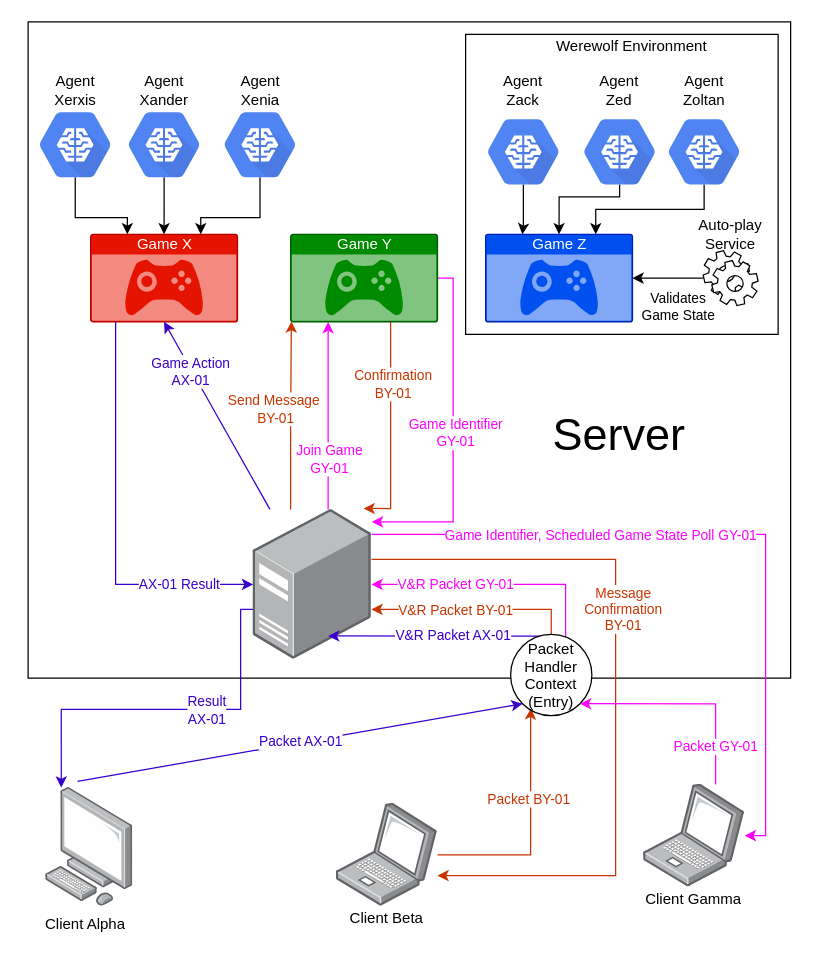
Earlier version of the draw.io diagram Documentation/Drawio/GeneralArchitecture.drawio (GeorgeVelikov/RLereWolf). Source tidied: cells renumbered, new cells numbered last; positions are measured from the earlier drawing's top-left corner, leaving out a move shared by most shapes. Both pictures are drawn from the tidied source at 125%, with x=0, y=0 at pixel (21, 21).
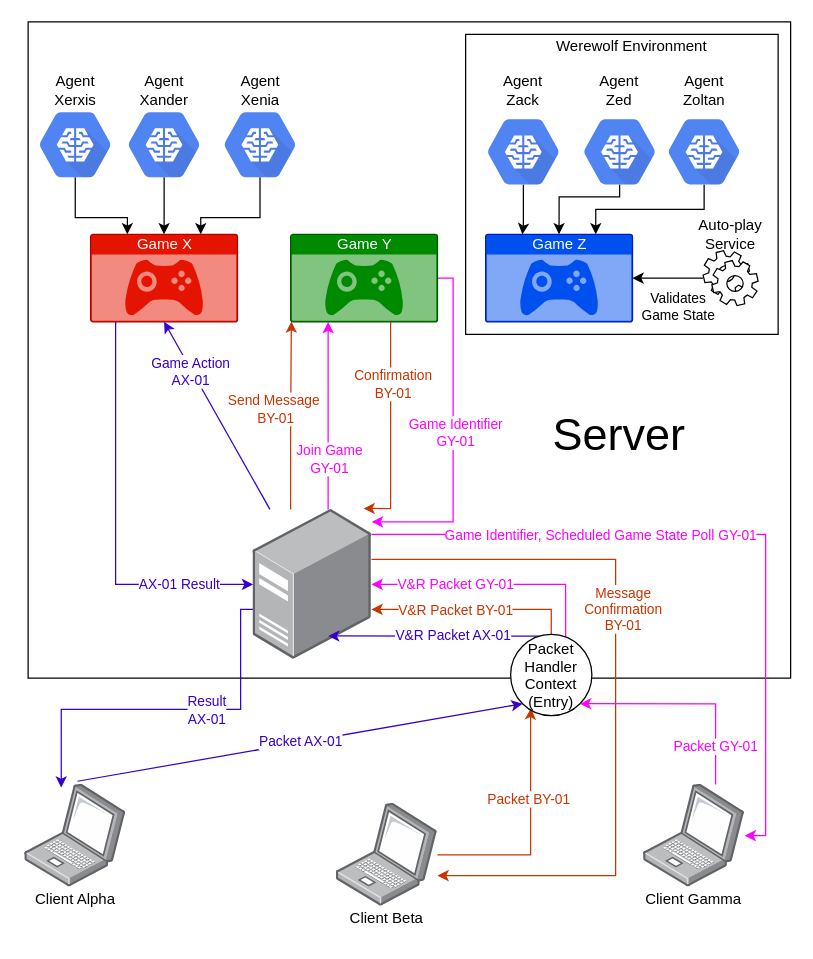
After the change.

The change refers to these unchanged cells:
```xml
<mxCell id="16" style="points=[];html=1;align=center;shadow=0;dashed=0;image;image=img/lib/allied_telesis/computer_and_terminals/Server_Desktop.svg;" parent="1" vertex="1">
  <mxGeometry x="185" y="390" width="94.7" height="120" as="geometry" />
</mxCell>
<mxCell id="35" value="Packet&#10;Handler&#10;Context&#10;(Entry)" style="ellipse;fillColor=#ffffff;strokeColor=#000000;" parent="1" vertex="1">
  <mxGeometry x="391" y="490" width="65" height="65" as="geometry" />
</mxCell>
```

Diff of the diagram source:
```diff
@@
-    <mxCell id="6" style="edgeStyle=orthogonalEdgeStyle;rounded=0;jettySize=auto;html=1;entryX=0.179;entryY=0;entryDx=0;entryDy=0;entryPerimeter=0;fillColor=#6a00ff;strokeColor=#3700CC;" parent="1" edge="1" source="16" target="17">
+    <mxCell id="6" style="edgeStyle=orthogonalEdgeStyle;rounded=0;jettySize=auto;html=1;entryX=0.179;entryY=0;entryDx=0;entryDy=0;entryPerimeter=0;fillColor=#6a00ff;strokeColor=#3700CC;" parent="1" edge="1" source="16">
       <mxGeometry relative="1" as="geometry">
+        <mxPoint x="31.5" y="612.6" as="targetPoint" />
         <Array as="points">
           <mxPoint x="175" y="470" />
           <mxPoint x="175" y="550" />
           <mxPoint x="31" y="550" />
         </Array>
       </mxGeometry>
     </mxCell>
@@
-    <mxCell id="17" style="points=[];html=1;align=center;shadow=0;dashed=0;image;image=img/lib/allied_telesis/computer_and_terminals/Personal_Computer.svg;" parent="1" vertex="1">
-      <mxGeometry x="19" y="612.6" width="70" height="94.9" as="geometry" />
-    </mxCell>
-    <mxCell id="18" value="&lt;font color=&quot;#3700cc&quot;&gt;Packet AX-01&lt;/font&gt;" style="endArrow=classic;html=1;exitX=0.364;exitY=-0.053;exitDx=0;exitDy=0;exitPerimeter=0;entryX=0;entryY=1;entryDx=0;entryDy=0;fillColor=#6a00ff;strokeColor=#3700CC;" parent="1" edge="1" source="17" target="35">
-      <mxGeometry relative="1" as="geometry" />
+    <mxCell id="18" value="&lt;font color=&quot;#3700cc&quot;&gt;Packet AX-01&lt;/font&gt;" style="endArrow=classic;html=1;exitX=0.364;exitY=-0.053;exitDx=0;exitDy=0;exitPerimeter=0;entryX=0;entryY=1;entryDx=0;entryDy=0;fillColor=#6a00ff;strokeColor=#3700CC;" parent="1" edge="1" target="35">
+      <mxGeometry relative="1" as="geometry">
+        <mxPoint x="44.5" y="607.5" as="sourcePoint" />
+      </mxGeometry>
     </mxCell>
@@
     <mxCell id="36" value="Client Alpha" style="text;html=1;strokeColor=none;fillColor=none;align=center;verticalAlign=middle;whiteSpace=wrap;rounded=0;" parent="1" vertex="1">
-      <mxGeometry x="16.1" y="712.1" width="69.9" height="20" as="geometry" />
+      <mxGeometry x="7.8" y="692.1" width="69.9" height="20" as="geometry" />
     </mxCell>
@@
+    <mxCell id="65" style="html=1;align=center;shadow=0;dashed=0;image;image=img/lib/allied_telesis/computer_and_terminals/Laptop.svg;" parent="1" vertex="1">
+      <mxGeometry x="2.3" y="610" width="81" height="82.1" as="geometry" />
+    </mxCell>
```
